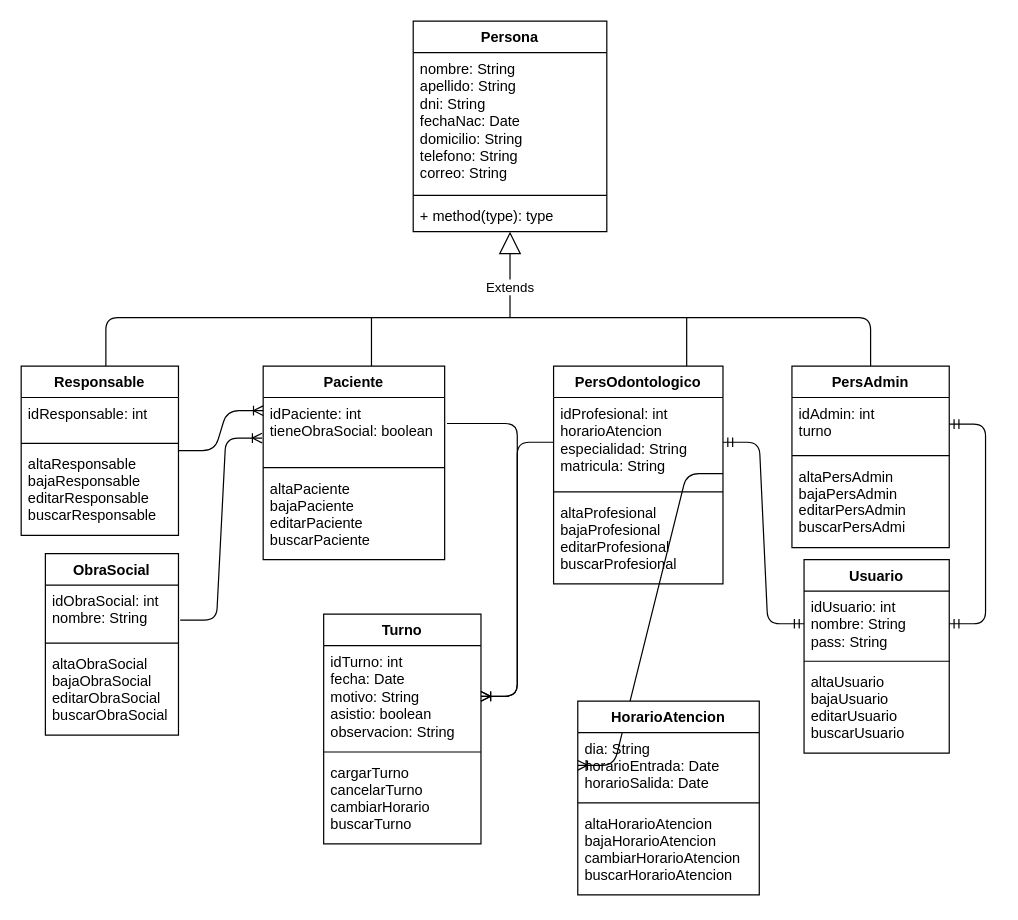
msrepezza/gestion-turnos-clinica-odontologica keeps this draw.io diagram as modeloDeClases-Soledad-Repezza.drawio. Above is the earlier version. Source tidied: cells renumbered, new cells numbered last; positions are measured from the earlier drawing's top-left corner, leaving out a move shared by most shapes. Both pictures are drawn from the tidied source at 121%, with x=0, y=0 at pixel (21, 21).
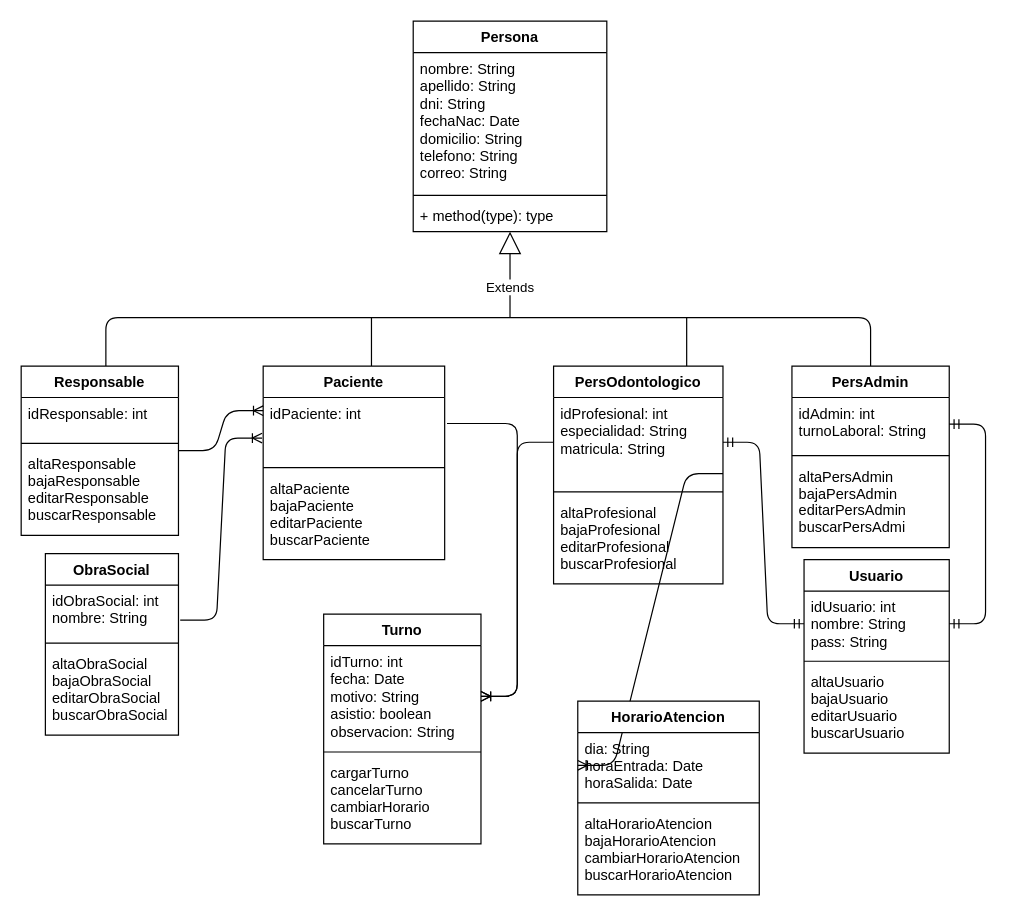
The same page after the edit.

Unchanged cells that the change refers to:
```xml
<mxCell id="7" value="PersAdmin" style="swimlane;fontStyle=1;align=center;verticalAlign=top;horizontal=1;startSize=26;" parent="1" vertex="1">
  <mxGeometry x="637" y="285" width="130" height="150" as="geometry" />
</mxCell>
<mxCell id="15" value="Paciente" style="swimlane;fontStyle=1;align=center;verticalAlign=top;horizontal=1;startSize=26;" parent="1" vertex="1">
  <mxGeometry x="200" y="285" width="150" height="160" as="geometry" />
</mxCell>
<mxCell id="19" value="PersOdontologico" style="swimlane;fontStyle=1;align=center;verticalAlign=top;horizontal=1;startSize=26;" parent="1" vertex="1">
  <mxGeometry x="440" y="285" width="140" height="180" as="geometry" />
</mxCell>
<mxCell id="29" value="HorarioAtencion" style="swimlane;fontStyle=1;align=center;verticalAlign=top;horizontal=1;startSize=26;html=0;" parent="1" vertex="1">
  <mxGeometry x="460" y="562" width="150" height="160" as="geometry" />
</mxCell>
```

Diff of the diagram source:
```diff
@@
-    <mxCell id="8" value="idAdmin: int&#10;turno&#10;" style="text;strokeColor=none;fillColor=none;align=left;verticalAlign=top;spacingLeft=4;spacingRight=4;overflow=hidden;points=[[0,0.5],[1,0.5]];portConstraint=eastwest;whiteSpace=wrap;" parent="7" vertex="1">
+    <mxCell id="8" value="idAdmin: int&#10;turnoLaboral: String&#10;" style="text;strokeColor=none;fillColor=none;align=left;verticalAlign=top;spacingLeft=4;spacingRight=4;overflow=hidden;points=[[0,0.5],[1,0.5]];portConstraint=eastwest;whiteSpace=wrap;" parent="7" vertex="1">
       <mxGeometry y="26" width="130" height="44" as="geometry" />
     </mxCell>
@@
-    <mxCell id="16" value="idPaciente: int&#10;tieneObraSocial: boolean&#10;&#10;&#10;&#10;" style="text;strokeColor=none;fillColor=none;align=left;verticalAlign=top;spacingLeft=4;spacingRight=4;overflow=hidden;points=[[0,0.5],[1,0.5]];portConstraint=eastwest;whiteSpace=wrap;" parent="15" vertex="1">
+    <mxCell id="16" value="idPaciente: int&#10;&#10;&#10;&#10;" style="text;strokeColor=none;fillColor=none;align=left;verticalAlign=top;spacingLeft=4;spacingRight=4;overflow=hidden;points=[[0,0.5],[1,0.5]];portConstraint=eastwest;whiteSpace=wrap;" parent="15" vertex="1">
       <mxGeometry y="26" width="150" height="54" as="geometry" />
     </mxCell>
@@
-    <mxCell id="20" value="idProfesional: int&#10;horarioAtencion&#10;especialidad: String&#10;matricula: String&#10;&#10;" style="text;strokeColor=none;fillColor=none;align=left;verticalAlign=top;spacingLeft=4;spacingRight=4;overflow=hidden;points=[[0,0.5],[1,0.5]];portConstraint=eastwest;whiteSpace=wrap;" parent="19" vertex="1">
+    <mxCell id="20" value="idProfesional: int&#10;especialidad: String&#10;matricula: String&#10;&#10;" style="text;strokeColor=none;fillColor=none;align=left;verticalAlign=top;spacingLeft=4;spacingRight=4;overflow=hidden;points=[[0,0.5],[1,0.5]];portConstraint=eastwest;whiteSpace=wrap;" parent="19" vertex="1">
       <mxGeometry y="26" width="140" height="74" as="geometry" />
     </mxCell>
@@
-    <mxCell id="30" value="dia: String&#10;horarioEntrada: Date&#10;horarioSalida: Date&#10;" style="text;strokeColor=none;fillColor=none;align=left;verticalAlign=top;spacingLeft=4;spacingRight=4;overflow=hidden;points=[[0,0.5],[1,0.5]];portConstraint=eastwest;" parent="29" vertex="1">
+    <mxCell id="30" value="dia: String&#10;horaEntrada: Date&#10;horaSalida: Date&#10;" style="text;strokeColor=none;fillColor=none;align=left;verticalAlign=top;spacingLeft=4;spacingRight=4;overflow=hidden;points=[[0,0.5],[1,0.5]];portConstraint=eastwest;" parent="29" vertex="1">
       <mxGeometry y="26" width="150" height="54" as="geometry" />
     </mxCell>
```
